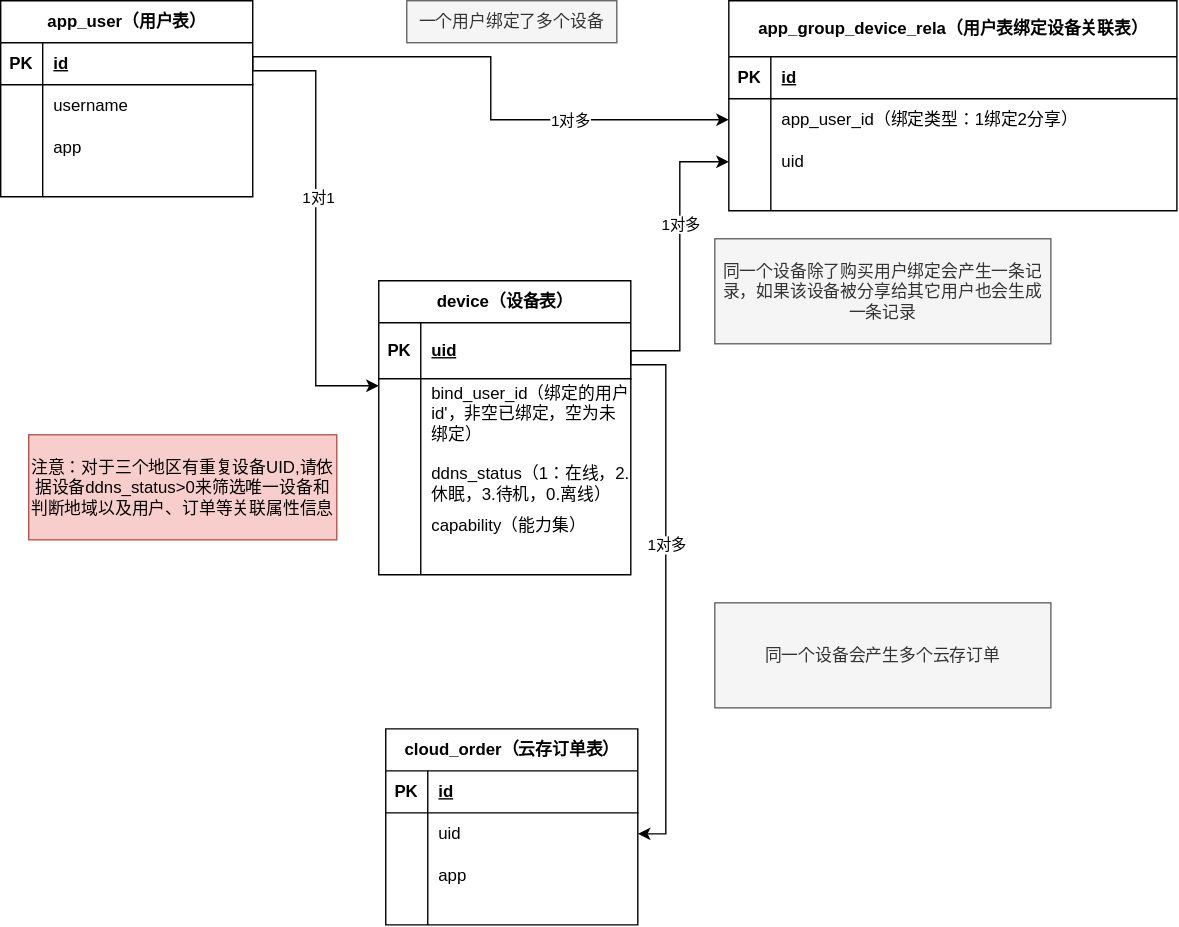
Earlier version of the draw.io export database/1-用户设备关系ER.drawio.svg (LiuXinStrive/ChaoWei). Source tidied: cells renumbered, new cells last; positions are measured from the earlier drawing's top-left corner, leaving out a move shared by most shapes.
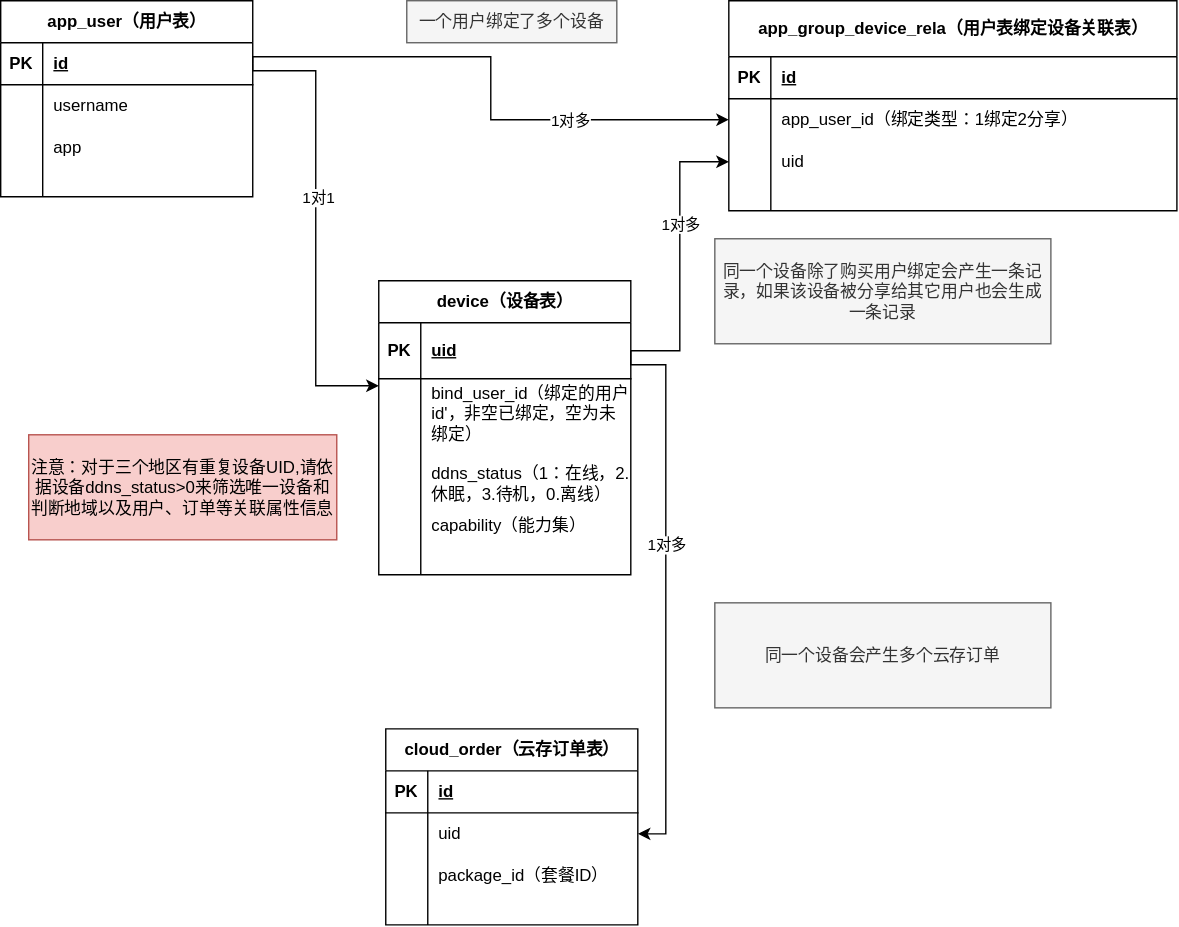
After the change.

Commit message:
更新1-用户设备关系ER.drawio.svg

Diff of the diagram source:
```diff
@@ -190,7 +190,7 @@
     <mxCell id="59" style="shape=partialRectangle;fillColor=none;top=0;left=0;bottom=0;right=0;overflow=hidden;whiteSpace=wrap;html=1;" parent="58" vertex="1">
       <mxGeometry width="30" height="30" as="geometry" />
     </mxCell>
-    <mxCell id="60" value="app" style="shape=partialRectangle;fillColor=none;top=0;left=0;bottom=0;right=0;align=left;spacingLeft=6;overflow=hidden;whiteSpace=wrap;html=1;" parent="58" vertex="1">
+    <mxCell id="60" value="package_id（套餐ID）" style="shape=partialRectangle;fillColor=none;top=0;left=0;bottom=0;right=0;align=left;spacingLeft=6;overflow=hidden;whiteSpace=wrap;html=1;" parent="58" vertex="1">
       <mxGeometry x="30" width="150" height="30" as="geometry" />
     </mxCell>
     <mxCell id="61" style="shape=tableRow;horizontal=0;startSize=0;swimlaneHead=0;swimlaneBody=0;fillColor=none;top=0;left=0;right=0;bottom=0;" parent="51" vertex="1">
```
